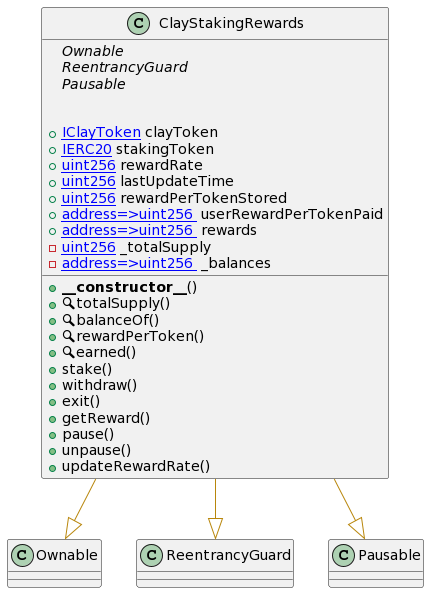
Above: uml-diagrams/Sumero Contracts UML/ClayStakingRewards.png in SumeroApp/sumero-contracts (PlantUML), before the change. Its diagram source:
```plantuml
@startuml





class ClayStakingRewards {
	{abstract}Ownable
	{abstract}ReentrancyGuard
	{abstract}Pausable


	+[[IClayToken]] clayToken
	+[[IERC20]] stakingToken
	+[[uint256]] rewardRate
	+[[uint256]] lastUpdateTime
	+[[uint256]] rewardPerTokenStored
	+[[mapping address=>uint256 ]] userRewardPerTokenPaid
	+[[mapping address=>uint256 ]] rewards
	-[[uint256]] _totalSupply
	-[[mapping address=>uint256 ]] _balances

	+**__constructor__**()
	+🔍totalSupply()
	+🔍balanceOf()
	+🔍rewardPerToken()
	+🔍earned()
	+stake()
	+withdraw()
	+exit()
	+getReward()
	+pause()
	+unpause()
	+updateRewardRate()

}
ClayStakingRewards --[#DarkGoldenRod]|> Ownable
ClayStakingRewards --[#DarkGoldenRod]|> ReentrancyGuard
ClayStakingRewards --[#DarkGoldenRod]|> Pausable
@enduml
```
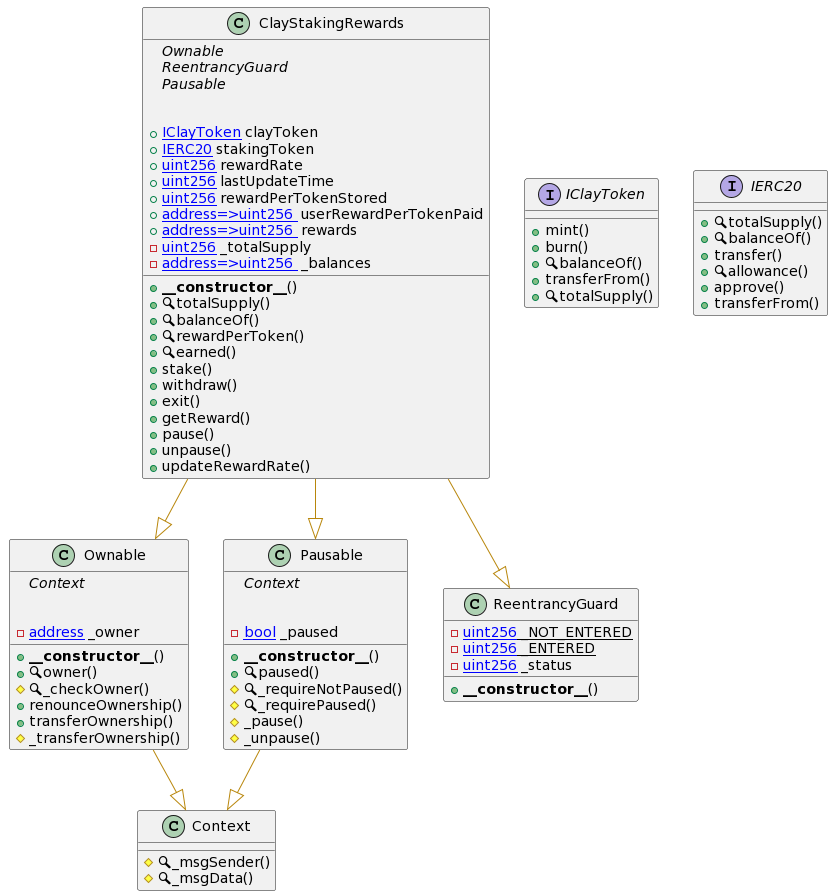
The same diagram one commit later.

The edit, as a diff of the source:
```diff
@@ -2,6 +2,87 @@
 
 
 
+
+
+class Context {
+
+
+
+	#🔍_msgSender()
+	#🔍_msgData()
+
+}
+
+
+interface IClayToken {
+
+
+
+	+mint()
+	+burn()
+	+🔍balanceOf()
+	+transferFrom()
+	+🔍totalSupply()
+
+}
+
+
+class Ownable {
+	{abstract}Context
+
+
+	-[[address]] _owner
+
+	+**__constructor__**()
+	+🔍owner()
+	#🔍_checkOwner()
+	+renounceOwnership()
+	+transferOwnership()
+	#_transferOwnership()
+
+}
+
+
+class Pausable {
+	{abstract}Context
+
+
+	-[[bool]] _paused
+
+	+**__constructor__**()
+	+🔍paused()
+	#🔍_requireNotPaused()
+	#🔍_requirePaused()
+	#_pause()
+	#_unpause()
+
+}
+
+
+class ReentrancyGuard {
+
+
+	-{static}[[uint256]] _NOT_ENTERED
+	-{static}[[uint256]] _ENTERED
+	-[[uint256]] _status
+
+	+**__constructor__**()
+
+}
+
+
+interface IERC20 {
+
+
+
+	+🔍totalSupply()
+	+🔍balanceOf()
+	+transfer()
+	+🔍allowance()
+	+approve()
+	+transferFrom()
+
+}
 
 
 class ClayStakingRewards {
@@ -34,6 +115,8 @@
 	+updateRewardRate()
 
 }
+Ownable --[#DarkGoldenRod]|> Context
+Pausable --[#DarkGoldenRod]|> Context
 ClayStakingRewards --[#DarkGoldenRod]|> Ownable
 ClayStakingRewards --[#DarkGoldenRod]|> ReentrancyGuard
 ClayStakingRewards --[#DarkGoldenRod]|> Pausable
```
